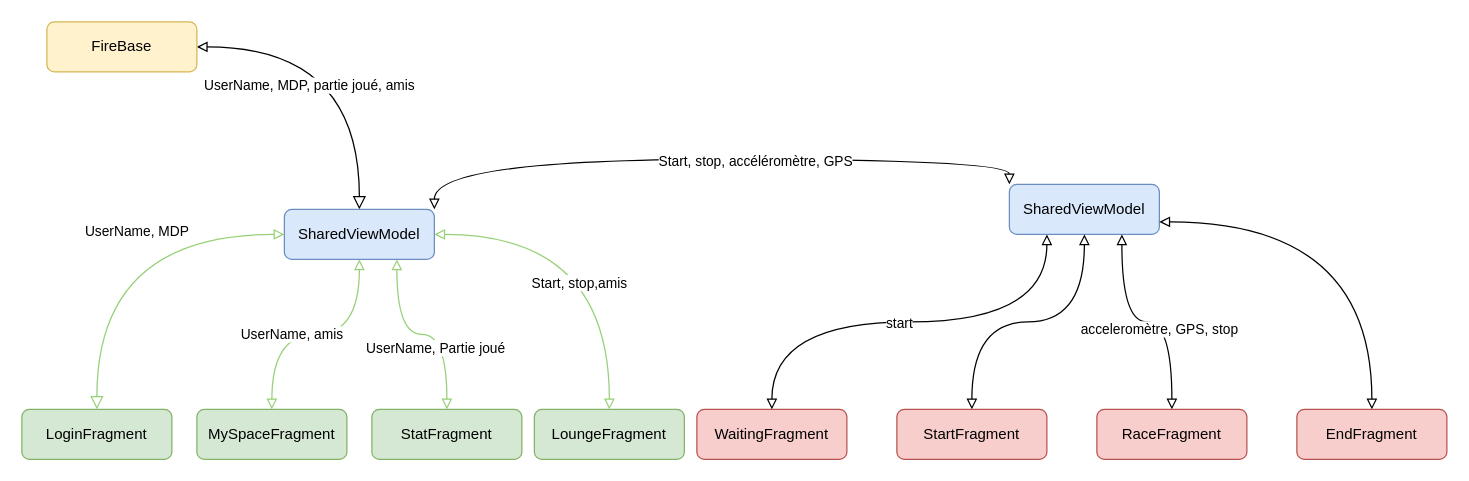
Earlier version of the draw.io diagram Diagramme sans nom.drawio (Batou1406/Batou1406.github.io). Source tidied: cells renumbered, new cells numbered last; positions are measured from the earlier drawing's top-left corner, leaving out a move shared by most shapes. Both pictures are drawn from the tidied source at 125%, with x=0, y=0 at pixel (21, 21).
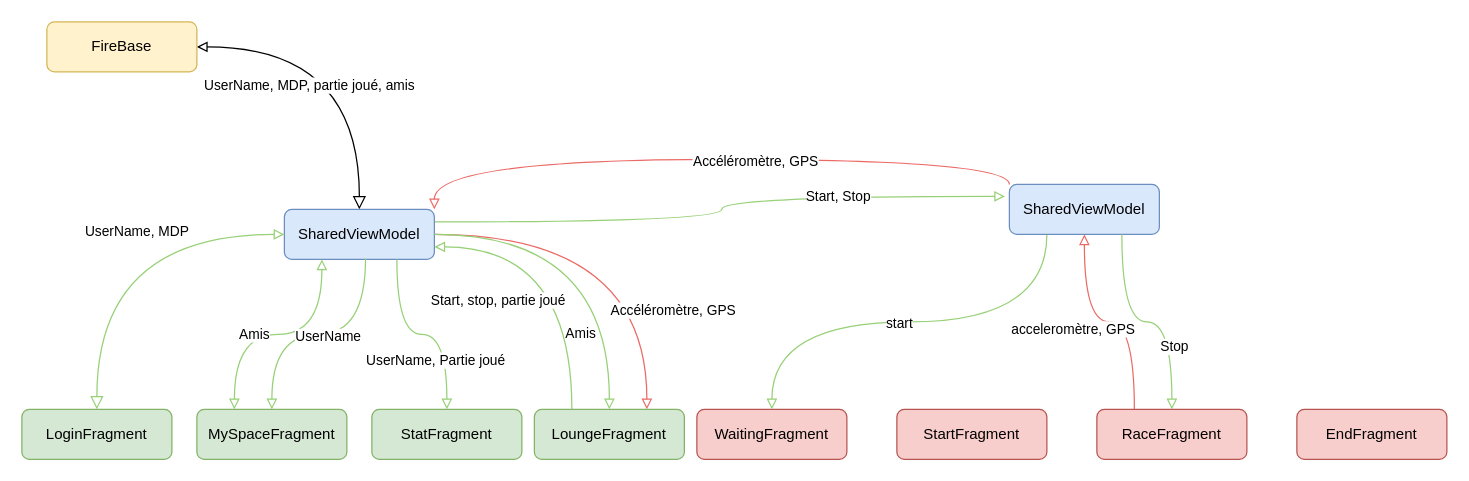
After the change.

Commit message:
Mettre à jour Diagramme sans nom.drawio

The change refers to these unchanged cells:
```xml
<mxCell id="7" value="SharedViewModel" style="rounded=1;whiteSpace=wrap;html=1;fontSize=12;glass=0;strokeWidth=1;shadow=0;fillColor=#dae8fc;strokeColor=#6c8ebf;" parent="1" vertex="1">
  <mxGeometry x="210" y="150" width="120" height="40" as="geometry" />
</mxCell>
<mxCell id="10" value="MySpaceFragment" style="rounded=1;whiteSpace=wrap;html=1;fontSize=12;glass=0;strokeWidth=1;shadow=0;fillColor=#d5e8d4;strokeColor=#82b366;" parent="1" vertex="1">
  <mxGeometry x="140" y="310" width="120" height="40" as="geometry" />
</mxCell>
<mxCell id="16" value="StatFragment" style="rounded=1;whiteSpace=wrap;html=1;fontSize=12;glass=0;strokeWidth=1;shadow=0;fillColor=#d5e8d4;strokeColor=#82b366;" parent="1" vertex="1">
  <mxGeometry x="280" y="310" width="120" height="40" as="geometry" />
</mxCell>
<mxCell id="17" value="WaitingFragment" style="rounded=1;whiteSpace=wrap;html=1;fontSize=12;glass=0;strokeWidth=1;shadow=0;fillColor=#f8cecc;strokeColor=#b85450;" parent="1" vertex="1">
  <mxGeometry x="540" y="310" width="120" height="40" as="geometry" />
</mxCell>
<mxCell id="20" value="SharedViewModel" style="rounded=1;whiteSpace=wrap;html=1;fontSize=12;glass=0;strokeWidth=1;shadow=0;fillColor=#dae8fc;strokeColor=#6c8ebf;" parent="1" vertex="1">
  <mxGeometry x="790" y="130" width="120" height="40" as="geometry" />
</mxCell>
<mxCell id="22" value="StartFragment" style="rounded=1;whiteSpace=wrap;html=1;fontSize=12;glass=0;strokeWidth=1;shadow=0;fillColor=#f8cecc;strokeColor=#b85450;" parent="1" vertex="1">
  <mxGeometry x="700" y="310" width="120" height="40" as="geometry" />
</mxCell>
<mxCell id="25" value="RaceFragment" style="rounded=1;whiteSpace=wrap;html=1;fontSize=12;glass=0;strokeWidth=1;shadow=0;fillColor=#f8cecc;strokeColor=#b85450;" parent="1" vertex="1">
  <mxGeometry x="860" y="310" width="120" height="40" as="geometry" />
</mxCell>
<mxCell id="27" value="EndFragment" style="rounded=1;whiteSpace=wrap;html=1;fontSize=12;glass=0;strokeWidth=1;shadow=0;fillColor=#f8cecc;strokeColor=#b85450;" parent="1" vertex="1">
  <mxGeometry x="1020" y="310" width="120" height="40" as="geometry" />
</mxCell>
<mxCell id="30" value="LoungeFragment" style="rounded=1;whiteSpace=wrap;html=1;fontSize=12;glass=0;strokeWidth=1;shadow=0;fillColor=#d5e8d4;strokeColor=#82b366;" parent="1" vertex="1">
  <mxGeometry x="410" y="310" width="120" height="40" as="geometry" />
</mxCell>
```

The edit, as a diff of the source:
```diff
@@
-    <mxCell id="5" style="edgeStyle=orthogonalEdgeStyle;curved=1;rounded=0;jettySize=auto;html=1;exitX=1;exitY=0;exitDx=0;exitDy=0;entryX=0;entryY=0;entryDx=0;entryDy=0;strokeColor=#000000;fontColor=#000000;startArrow=block;startFill=0;endArrow=block;endFill=0;" parent="1" edge="1" source="7" target="20">
+    <mxCell id="5" style="edgeStyle=orthogonalEdgeStyle;curved=1;rounded=0;jettySize=auto;html=1;exitX=1;exitY=0;exitDx=0;exitDy=0;entryX=0;entryY=0;entryDx=0;entryDy=0;strokeColor=#EA6B66;fontColor=#000000;startArrow=block;startFill=0;endArrow=none;endFill=0;" parent="1" edge="1" source="7" target="20">
       <mxGeometry relative="1" as="geometry" />
     </mxCell>
-    <mxCell id="6" value="Start, stop, accéléromètre, GPS" style="edgeLabel;html=1;align=center;verticalAlign=middle;fontColor=#000000;" parent="5" vertex="1">
+    <mxCell id="6" value="Accéléromètre, GPS" style="edgeLabel;html=1;align=center;verticalAlign=middle;fontColor=#000000;" parent="5" vertex="1">
       <mxGeometry x="0.14" y="-1" relative="1" as="geometry" />
     </mxCell>
+    <mxCell id="31" style="edgeStyle=orthogonalEdgeStyle;rounded=0;jettySize=auto;html=1;entryX=-0.029;entryY=0.241;entryDx=0;entryDy=0;curved=1;endArrow=block;endFill=0;entryPerimeter=0;exitX=1;exitY=0.25;exitDx=0;exitDy=0;strokeColor=#97D077;" parent="1" edge="1" source="7" target="20">
+      <mxGeometry relative="1" as="geometry" />
+    </mxCell>
+    <mxCell id="32" value="Start, Stop" style="edgeLabel;html=1;align=center;verticalAlign=middle;" parent="31" vertex="1">
+      <mxGeometry x="0.44" relative="1" as="geometry" />
+    </mxCell>
+    <mxCell id="33" style="edgeStyle=orthogonalEdgeStyle;curved=1;rounded=0;jettySize=auto;html=1;entryX=0.75;entryY=0;entryDx=0;entryDy=0;strokeColor=#EA6B66;startArrow=none;startFill=0;endArrow=block;endFill=0;" parent="1" edge="1" source="7" target="30">
+      <mxGeometry relative="1" as="geometry" />
+    </mxCell>
+    <mxCell id="34" value="Accéléromètre, GPS" style="edgeLabel;html=1;align=center;verticalAlign=middle;" parent="33" vertex="1">
+      <mxGeometry x="0.54" y="-11" relative="1" as="geometry">
+        <mxPoint x="31" y="-9" as="offset" />
+      </mxGeometry>
+    </mxCell>
@@
-    <mxCell id="8" style="rounded=0;jettySize=auto;html=1;entryX=0.5;entryY=1;entryDx=0;entryDy=0;startArrow=block;startFill=0;endArrow=block;endFill=0;edgeStyle=orthogonalEdgeStyle;curved=1;fillColor=#60a917;strokeColor=#97D077;" parent="1" edge="1" source="10" target="7">
-      <mxGeometry relative="1" as="geometry" />
+    <mxCell id="8" style="rounded=0;jettySize=auto;html=1;entryX=0.25;entryY=1;entryDx=0;entryDy=0;startArrow=block;startFill=0;endArrow=block;endFill=0;edgeStyle=orthogonalEdgeStyle;curved=1;fillColor=#60a917;strokeColor=#97D077;exitX=0.25;exitY=0;exitDx=0;exitDy=0;" parent="1" edge="1" source="10" target="7">
+      <mxGeometry relative="1" as="geometry">
+        <Array as="points">
+          <mxPoint x="170" y="250" />
+          <mxPoint x="240" y="250" />
+        </Array>
+      </mxGeometry>
     </mxCell>
-    <mxCell id="9" value="UserName, amis" style="edgeLabel;html=1;align=center;verticalAlign=middle;" parent="8" vertex="1">
+    <mxCell id="9" value="Amis" style="edgeLabel;html=1;align=center;verticalAlign=middle;" parent="8" vertex="1">
       <mxGeometry x="-0.21" y="1" relative="1" as="geometry" />
     </mxCell>
+    <mxCell id="35" style="edgeStyle=orthogonalEdgeStyle;curved=1;rounded=0;jettySize=auto;html=1;entryX=0.541;entryY=0.984;entryDx=0;entryDy=0;entryPerimeter=0;strokeColor=#97D077;startArrow=block;startFill=0;endArrow=none;endFill=0;" parent="1" edge="1" source="10" target="7">
+      <mxGeometry relative="1" as="geometry" />
+    </mxCell>
+    <mxCell id="36" value="UserName" style="edgeLabel;html=1;align=center;verticalAlign=middle;" parent="35" vertex="1">
+      <mxGeometry x="0.06" y="-1" relative="1" as="geometry" />
+    </mxCell>
@@
-    <mxCell id="14" style="edgeStyle=orthogonalEdgeStyle;curved=1;rounded=0;jettySize=auto;html=1;entryX=0.75;entryY=1;entryDx=0;entryDy=0;startArrow=block;startFill=0;endArrow=block;endFill=0;exitX=0.5;exitY=0;exitDx=0;exitDy=0;strokeColor=#97D077;" parent="1" edge="1" source="16" target="7">
+    <mxCell id="14" style="edgeStyle=orthogonalEdgeStyle;curved=1;rounded=0;jettySize=auto;html=1;entryX=0.75;entryY=1;entryDx=0;entryDy=0;startArrow=block;startFill=0;endArrow=none;endFill=0;exitX=0.5;exitY=0;exitDx=0;exitDy=0;strokeColor=#97D077;" parent="1" edge="1" source="16" target="7">
       <mxGeometry relative="1" as="geometry" />
     </mxCell>
     <mxCell id="15" value="UserName, Partie joué" style="edgeLabel;html=1;align=center;verticalAlign=middle;fontColor=#000000;" parent="14" vertex="1">
       <mxGeometry x="0.34" y="-3" relative="1" as="geometry">
-        <mxPoint x="27" y="17" as="offset" />
+        <mxPoint x="27" y="27" as="offset" />
       </mxGeometry>
     </mxCell>
@@
-    <mxCell id="18" style="edgeStyle=orthogonalEdgeStyle;curved=1;rounded=0;jettySize=auto;html=1;entryX=0.5;entryY=0;entryDx=0;entryDy=0;strokeColor=#000000;startArrow=block;startFill=0;endArrow=block;endFill=0;exitX=0.25;exitY=1;exitDx=0;exitDy=0;" parent="1" edge="1" source="20" target="17">
+    <mxCell id="18" style="edgeStyle=orthogonalEdgeStyle;curved=1;rounded=0;jettySize=auto;html=1;entryX=0.5;entryY=0;entryDx=0;entryDy=0;strokeColor=#97D077;startArrow=none;startFill=0;endArrow=block;endFill=0;exitX=0.25;exitY=1;exitDx=0;exitDy=0;" parent="1" edge="1" source="20" target="17">
       <mxGeometry relative="1" as="geometry" />
     </mxCell>
@@
-    <mxCell id="21" style="edgeStyle=orthogonalEdgeStyle;curved=1;rounded=0;jettySize=auto;html=1;entryX=0.5;entryY=1;entryDx=0;entryDy=0;strokeColor=#000000;startArrow=block;startFill=0;endArrow=block;endFill=0;" parent="1" edge="1" source="22" target="20">
-      <mxGeometry relative="1" as="geometry" />
-    </mxCell>
@@
-    <mxCell id="23" style="edgeStyle=orthogonalEdgeStyle;curved=1;rounded=0;jettySize=auto;html=1;entryX=0.75;entryY=1;entryDx=0;entryDy=0;strokeColor=#000000;startArrow=block;startFill=0;endArrow=block;endFill=0;" parent="1" edge="1" source="25" target="20">
+    <mxCell id="23" style="edgeStyle=orthogonalEdgeStyle;curved=1;rounded=0;jettySize=auto;html=1;entryX=0.5;entryY=1;entryDx=0;entryDy=0;strokeColor=#EA6B66;startArrow=none;startFill=0;endArrow=block;endFill=0;exitX=0.25;exitY=0;exitDx=0;exitDy=0;" parent="1" edge="1" source="25" target="20">
       <mxGeometry relative="1" as="geometry" />
     </mxCell>
-    <mxCell id="24" value="acceleromètre, GPS, stop" style="edgeLabel;html=1;align=center;verticalAlign=middle;fontColor=#000000;" parent="23" vertex="1">
-      <mxGeometry x="-0.1" y="5" relative="1" as="geometry" />
+    <mxCell id="24" value="acceleromètre, GPS" style="edgeLabel;html=1;align=center;verticalAlign=middle;fontColor=#000000;" parent="23" vertex="1">
+      <mxGeometry x="-0.1" y="5" relative="1" as="geometry">
+        <mxPoint x="-39" as="offset" />
+      </mxGeometry>
     </mxCell>
+    <mxCell id="37" style="edgeStyle=orthogonalEdgeStyle;curved=1;rounded=0;jettySize=auto;html=1;entryX=0.75;entryY=1;entryDx=0;entryDy=0;strokeColor=#97D077;startArrow=block;startFill=0;endArrow=none;endFill=0;" parent="1" edge="1" source="25" target="20">
+      <mxGeometry relative="1" as="geometry" />
+    </mxCell>
+    <mxCell id="38" value="Stop" style="edgeLabel;html=1;align=center;verticalAlign=middle;" parent="37" vertex="1">
+      <mxGeometry x="-0.43" y="-1" relative="1" as="geometry" />
+    </mxCell>
@@
-    <mxCell id="26" style="edgeStyle=orthogonalEdgeStyle;curved=1;rounded=0;jettySize=auto;html=1;entryX=1;entryY=0.75;entryDx=0;entryDy=0;strokeColor=#000000;startArrow=block;startFill=0;endArrow=block;endFill=0;exitX=0.5;exitY=0;exitDx=0;exitDy=0;" parent="1" edge="1" source="27" target="20">
-      <mxGeometry relative="1" as="geometry" />
-    </mxCell>
@@
-    <mxCell id="28" style="edgeStyle=orthogonalEdgeStyle;curved=1;rounded=0;jettySize=auto;html=1;entryX=1;entryY=0.5;entryDx=0;entryDy=0;strokeColor=#97D077;startArrow=block;startFill=0;endArrow=block;endFill=0;exitX=0.5;exitY=0;exitDx=0;exitDy=0;" parent="1" edge="1" source="30" target="7">
+    <mxCell id="28" style="edgeStyle=orthogonalEdgeStyle;curved=1;rounded=0;jettySize=auto;html=1;entryX=1;entryY=0.75;entryDx=0;entryDy=0;strokeColor=#97D077;startArrow=none;startFill=0;endArrow=block;endFill=0;exitX=0.25;exitY=0;exitDx=0;exitDy=0;" parent="1" edge="1" source="30" target="7">
       <mxGeometry relative="1" as="geometry" />
     </mxCell>
-    <mxCell id="29" value="Start, stop,amis" style="edgeLabel;html=1;align=center;verticalAlign=middle;fontColor=#000000;" parent="28" vertex="1">
-      <mxGeometry x="-0.27" y="25" relative="1" as="geometry" />
+    <mxCell id="29" value="Start, stop, partie joué" style="edgeLabel;html=1;align=center;verticalAlign=middle;fontColor=#000000;" parent="28" vertex="1">
+      <mxGeometry x="-0.27" y="25" relative="1" as="geometry">
+        <mxPoint x="-35" as="offset" />
+      </mxGeometry>
     </mxCell>
+    <mxCell id="39" style="edgeStyle=orthogonalEdgeStyle;curved=1;rounded=0;jettySize=auto;html=1;entryX=1;entryY=0.5;entryDx=0;entryDy=0;strokeColor=#97D077;startArrow=block;startFill=0;endArrow=none;endFill=0;exitX=0.5;exitY=0;exitDx=0;exitDy=0;" parent="1" edge="1" source="30" target="7">
+      <mxGeometry relative="1" as="geometry" />
+    </mxCell>
+    <mxCell id="40" value="Amis" style="edgeLabel;html=1;align=center;verticalAlign=middle;" parent="39" vertex="1">
+      <mxGeometry x="-0.41" y="24" relative="1" as="geometry">
+        <mxPoint y="21" as="offset" />
+      </mxGeometry>
+    </mxCell>
```
